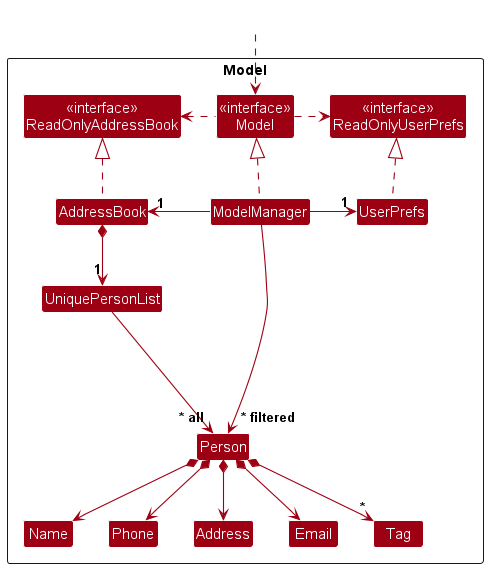
Before: docs/images/ModelClassDiagram.png, a diagram exported from PlantUML (nus-cs2103-AY2425S1/tp). Its diagram source:
```plantuml
@startuml
!include style.puml
skinparam arrowThickness 1.1
skinparam arrowColor MODEL_COLOR
skinparam classBackgroundColor MODEL_COLOR

Package Model as ModelPackage <<Rectangle>>{
Class "<<interface>>\nReadOnlyAddressBook" as ReadOnlyAddressBook
Class "<<interface>>\nReadOnlyUserPrefs" as ReadOnlyUserPrefs
Class "<<interface>>\nModel" as Model
Class AddressBook
Class ModelManager
Class UserPrefs

Class UniquePersonList
Class Person
Class Address
Class Email
Class Name
Class Phone
Class Tag

Class I #FFFFFF
}

Class HiddenOutside #FFFFFF
HiddenOutside ..> Model

AddressBook .up.|> ReadOnlyAddressBook

ModelManager .up.|> Model
Model .right.> ReadOnlyUserPrefs
Model .left.> ReadOnlyAddressBook
ModelManager -left-> "1" AddressBook
ModelManager -right-> "1" UserPrefs
UserPrefs .up.|> ReadOnlyUserPrefs

AddressBook *--> "1" UniquePersonList
UniquePersonList --> "~* all" Person
Person *--> Name
Person *--> Phone
Person *--> Email
Person *--> Address
Person *--> "*" Tag

Person -[hidden]up--> I
UniquePersonList -[hidden]right-> I

Name -[hidden]right-> Phone
Phone -[hidden]right-> Address
Address -[hidden]right-> Email

ModelManager --> "~* filtered" Person
@enduml
```
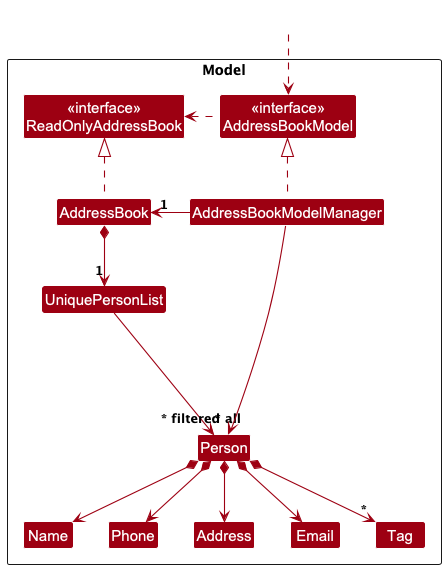
Later version of the same file.

Commit message:
Update class diagrams

What changed in the source:
```diff
@@ -6,11 +6,9 @@
 
 Package Model as ModelPackage <<Rectangle>>{
 Class "<<interface>>\nReadOnlyAddressBook" as ReadOnlyAddressBook
-Class "<<interface>>\nReadOnlyUserPrefs" as ReadOnlyUserPrefs
-Class "<<interface>>\nModel" as Model
+Class "<<interface>>\nAddressBookModel" as Model
 Class AddressBook
-Class ModelManager
-Class UserPrefs
+Class AddressBookModelManager
 
 Class UniquePersonList
 Class Person
@@ -28,12 +26,9 @@
 
 AddressBook .up.|> ReadOnlyAddressBook
 
-ModelManager .up.|> Model
-Model .right.> ReadOnlyUserPrefs
+AddressBookModelManager .up.|> Model
 Model .left.> ReadOnlyAddressBook
-ModelManager -left-> "1" AddressBook
-ModelManager -right-> "1" UserPrefs
-UserPrefs .up.|> ReadOnlyUserPrefs
+AddressBookModelManager -left-> "1" AddressBook
 
 AddressBook *--> "1" UniquePersonList
 UniquePersonList --> "~* all" Person
@@ -50,5 +45,5 @@
 Phone -[hidden]right-> Address
 Address -[hidden]right-> Email
 
-ModelManager --> "~* filtered" Person
+AddressBookModelManager --> "~* filtered" Person
 @enduml
```
